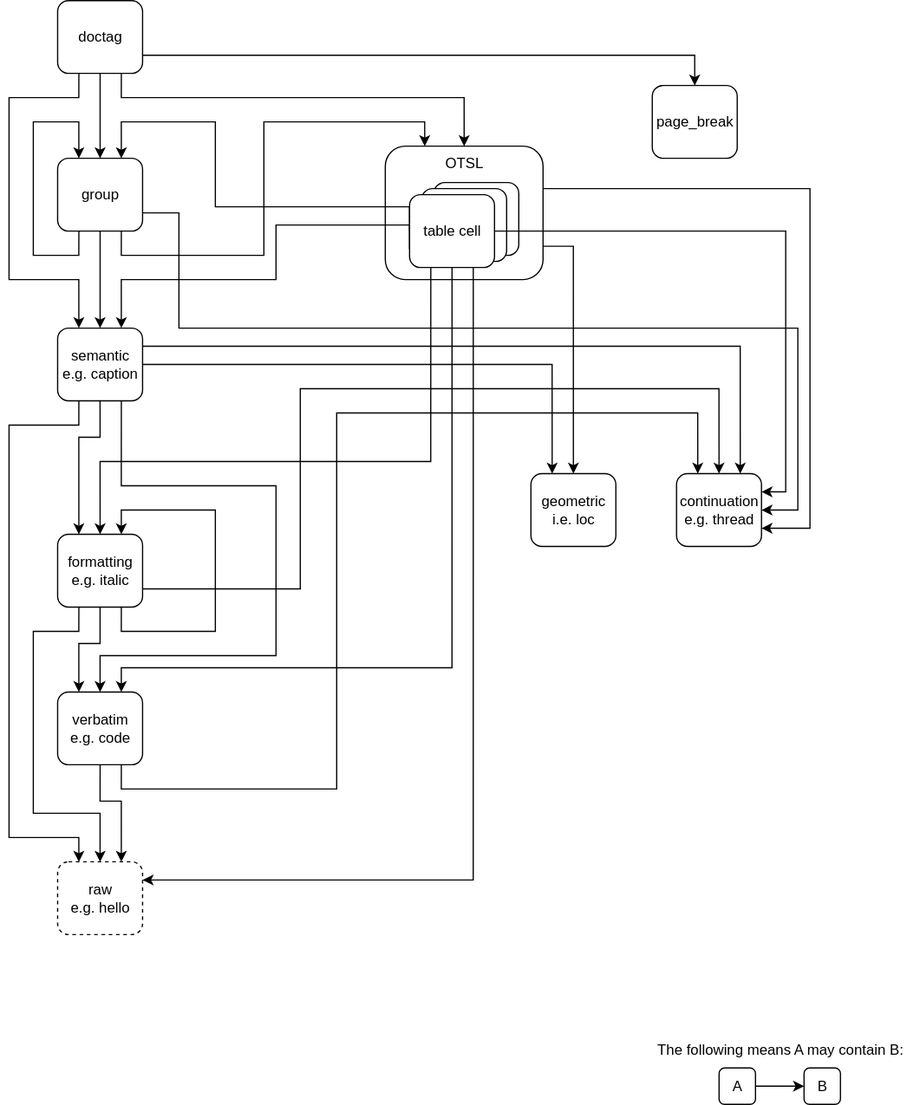
pr9000/doclang keeps this draw.io diagram as resources/doctags.drawio.svg. Above is the earlier version. Source tidied: cells renumbered, new cells last; positions are measured from the earlier drawing's top-left corner, leaving out a move shared by most shapes.
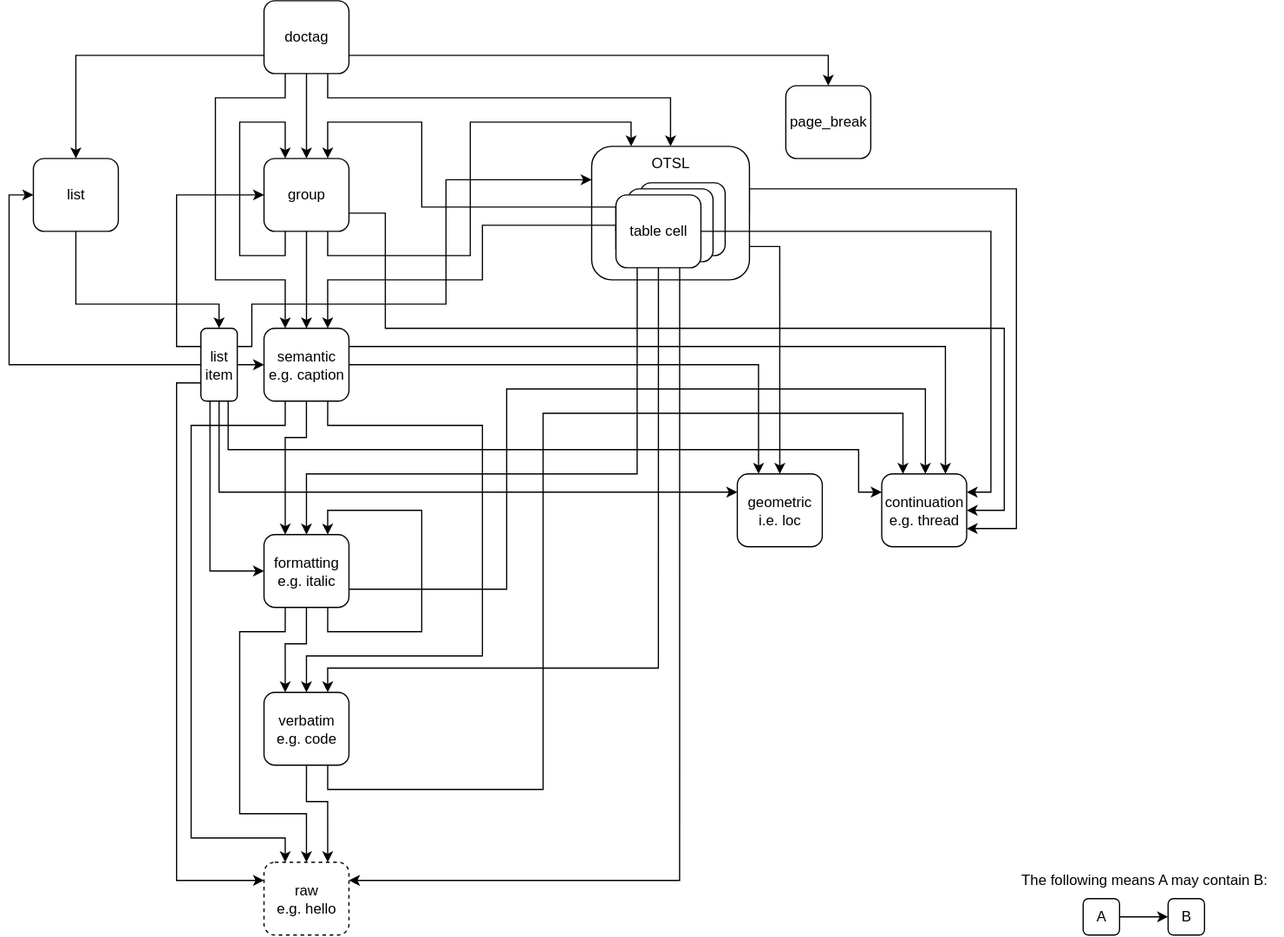
The same diagram one commit later.

Diff of the diagram source:
```diff
@@ -55,18 +55,18 @@
     <mxCell id="11" style="edgeStyle=orthogonalEdgeStyle;rounded=0;jettySize=auto;html=1;entryX=0.25;entryY=0;entryDx=0;entryDy=0;exitX=0.25;exitY=1;exitDx=0;exitDy=0;" parent="1" edge="1" source="16" target="5">
       <mxGeometry relative="1" as="geometry">
         <Array as="points">
-          <mxPoint x="56.9" y="350" />
-          <mxPoint x="-0.1" y="350" />
-          <mxPoint x="-0.1" y="690" />
-          <mxPoint x="56.9" y="690" />
+          <mxPoint x="57.9" y="350" />
+          <mxPoint x="-20.1" y="350" />
+          <mxPoint x="-20.1" y="690" />
+          <mxPoint x="57.9" y="690" />
         </Array>
       </mxGeometry>
     </mxCell>
     <mxCell id="12" style="edgeStyle=orthogonalEdgeStyle;rounded=0;jettySize=auto;html=1;exitX=0.75;exitY=1;exitDx=0;exitDy=0;entryX=0.5;entryY=0;entryDx=0;entryDy=0;" parent="1" edge="1" source="16" target="19">
       <mxGeometry relative="1" as="geometry">
         <Array as="points">
-          <mxPoint x="92.9" y="400" />
-          <mxPoint x="219.9" y="400" />
+          <mxPoint x="92.9" y="350" />
+          <mxPoint x="219.9" y="350" />
           <mxPoint x="219.9" y="540" />
           <mxPoint x="74.9" y="540" />
         </Array>
@@ -167,6 +167,9 @@
     <mxCell id="28" style="edgeStyle=orthogonalEdgeStyle;rounded=0;jettySize=auto;html=1;exitX=1;exitY=0.75;exitDx=0;exitDy=0;entryX=0.5;entryY=0;entryDx=0;entryDy=0;" parent="1" edge="1" source="29" target="41">
       <mxGeometry relative="1" as="geometry" />
     </mxCell>
+    <mxCell id="46" style="edgeStyle=orthogonalEdgeStyle;rounded=0;jettySize=auto;html=1;exitX=0;exitY=0.75;exitDx=0;exitDy=0;entryX=0.5;entryY=0;entryDx=0;entryDy=0;" parent="1" edge="1" source="29" target="48">
+      <mxGeometry relative="1" as="geometry" />
+    </mxCell>
     <mxCell id="29" value="doctag" style="rounded=1;whiteSpace=wrap;html=1;" parent="1" vertex="1">
       <mxGeometry x="39.9" width="70" height="60" as="geometry" />
     </mxCell>
@@ -215,8 +218,8 @@
     <mxCell id="35" style="edgeStyle=orthogonalEdgeStyle;rounded=0;jettySize=auto;html=1;exitX=0.25;exitY=1;exitDx=0;exitDy=0;entryX=0.5;entryY=0;entryDx=0;entryDy=0;" parent="1" edge="1" source="39" target="10">
       <mxGeometry relative="1" as="geometry">
         <Array as="points">
-          <mxPoint x="347.9" y="380" />
-          <mxPoint x="74.9" y="380" />
+          <mxPoint x="347.9" y="390" />
+          <mxPoint x="74.9" y="390" />
         </Array>
       </mxGeometry>
     </mxCell>
@@ -238,22 +241,77 @@
       <mxGeometry x="329.9" y="160" width="70" height="60" as="geometry" />
     </mxCell>
     <mxCell id="40" value="continuation&lt;br&gt;e.g. thread" style="rounded=1;whiteSpace=wrap;html=1;" parent="1" vertex="1">
-      <mxGeometry x="549.9" y="390" width="70" height="60" as="geometry" />
+      <mxGeometry x="548.9" y="390" width="70" height="60" as="geometry" />
     </mxCell>
     <mxCell id="41" value="page_break" style="rounded=1;whiteSpace=wrap;html=1;" parent="1" vertex="1">
-      <mxGeometry x="529.9" y="70" width="70" height="60" as="geometry" />
+      <mxGeometry x="469.9" y="70" width="70" height="60" as="geometry" />
     </mxCell>
     <mxCell id="42" style="edgeStyle=orthogonalEdgeStyle;rounded=0;jettySize=auto;html=1;entryX=0;entryY=0.5;entryDx=0;entryDy=0;" parent="1" edge="1" source="43" target="44">
       <mxGeometry relative="1" as="geometry" />
     </mxCell>
     <mxCell id="43" value="A" style="rounded=1;whiteSpace=wrap;html=1;" parent="1" vertex="1">
-      <mxGeometry x="585" y="880" width="30" height="30" as="geometry" />
+      <mxGeometry x="714.9" y="740" width="30" height="30" as="geometry" />
     </mxCell>
     <mxCell id="44" value="B" style="rounded=1;whiteSpace=wrap;html=1;" parent="1" vertex="1">
-      <mxGeometry x="655" y="880" width="30" height="30" as="geometry" />
+      <mxGeometry x="784.9" y="740" width="30" height="30" as="geometry" />
     </mxCell>
     <mxCell id="45" value="The following means A may contain B:" style="text;html=1;align=center;verticalAlign=middle;strokeColor=none;fillColor=none;" parent="1" vertex="1">
-      <mxGeometry x="520" y="850" width="230" height="30" as="geometry" />
+      <mxGeometry x="649.9" y="710" width="230" height="30" as="geometry" />
     </mxCell>
+    <mxCell id="47" style="edgeStyle=orthogonalEdgeStyle;rounded=0;jettySize=auto;html=1;exitX=0.5;exitY=1;exitDx=0;exitDy=0;entryX=0.5;entryY=0;entryDx=0;entryDy=0;" parent="1" edge="1" source="48" target="57">
+      <mxGeometry relative="1" as="geometry">
+        <Array as="points">
+          <mxPoint x="-115.1" y="250" />
+          <mxPoint x="2.9" y="250" />
+        </Array>
+      </mxGeometry>
+    </mxCell>
+    <mxCell id="48" value="list" style="rounded=1;whiteSpace=wrap;html=1;" parent="1" vertex="1">
+      <mxGeometry x="-150.1" y="130" width="70" height="60" as="geometry" />
+    </mxCell>
+    <mxCell id="49" style="edgeStyle=orthogonalEdgeStyle;rounded=0;jettySize=auto;html=1;exitX=0.5;exitY=1;exitDx=0;exitDy=0;entryX=0;entryY=0.25;entryDx=0;entryDy=0;" parent="1" edge="1" source="57" target="20">
+      <mxGeometry relative="1" as="geometry">
+        <Array as="points">
+          <mxPoint x="2.9" y="405" />
+        </Array>
+      </mxGeometry>
+    </mxCell>
+    <mxCell id="50" style="edgeStyle=orthogonalEdgeStyle;rounded=0;jettySize=auto;html=1;exitX=0.25;exitY=1;exitDx=0;exitDy=0;entryX=0;entryY=0.5;entryDx=0;entryDy=0;" parent="1" edge="1" source="57" target="10">
+      <mxGeometry relative="1" as="geometry" />
+    </mxCell>
+    <mxCell id="51" style="edgeStyle=orthogonalEdgeStyle;rounded=0;jettySize=auto;html=1;exitX=0;exitY=0.75;exitDx=0;exitDy=0;entryX=0;entryY=0.25;entryDx=0;entryDy=0;" parent="1" edge="1" source="57" target="5">
+      <mxGeometry relative="1" as="geometry" />
+    </mxCell>
+    <mxCell id="52" style="edgeStyle=orthogonalEdgeStyle;rounded=0;jettySize=auto;html=1;exitX=0.75;exitY=1;exitDx=0;exitDy=0;entryX=0;entryY=0.25;entryDx=0;entryDy=0;" parent="1" edge="1" source="57" target="40">
+      <mxGeometry relative="1" as="geometry">
+        <Array as="points">
+          <mxPoint x="10.9" y="370" />
+          <mxPoint x="529.9" y="370" />
+          <mxPoint x="529.9" y="405" />
+        </Array>
+      </mxGeometry>
+    </mxCell>
+    <mxCell id="53" style="edgeStyle=orthogonalEdgeStyle;rounded=0;jettySize=auto;html=1;exitX=0;exitY=0.5;exitDx=0;exitDy=0;entryX=0;entryY=0.5;entryDx=0;entryDy=0;" parent="1" edge="1" source="57" target="48">
+      <mxGeometry relative="1" as="geometry" />
+    </mxCell>
+    <mxCell id="54" style="edgeStyle=orthogonalEdgeStyle;rounded=0;jettySize=auto;html=1;exitX=0;exitY=0.25;exitDx=0;exitDy=0;entryX=0;entryY=0.5;entryDx=0;entryDy=0;" parent="1" edge="1" source="57" target="24">
+      <mxGeometry relative="1" as="geometry" />
+    </mxCell>
+    <mxCell id="55" style="edgeStyle=orthogonalEdgeStyle;rounded=0;jettySize=auto;html=1;exitX=1;exitY=0.25;exitDx=0;exitDy=0;entryX=0;entryY=0.25;entryDx=0;entryDy=0;" parent="1" edge="1" source="57" target="3">
+      <mxGeometry relative="1" as="geometry">
+        <Array as="points">
+          <mxPoint x="29.9" y="285" />
+          <mxPoint x="29.9" y="250" />
+          <mxPoint x="189.9" y="250" />
+          <mxPoint x="189.9" y="148" />
+        </Array>
+      </mxGeometry>
+    </mxCell>
+    <mxCell id="56" style="edgeStyle=orthogonalEdgeStyle;rounded=0;jettySize=auto;html=1;" parent="1" edge="1" source="57" target="16">
+      <mxGeometry relative="1" as="geometry" />
+    </mxCell>
+    <mxCell id="57" value="list item" style="rounded=1;whiteSpace=wrap;html=1;" parent="1" vertex="1">
+      <mxGeometry x="-12.1" y="270" width="30" height="60" as="geometry" />
+    </mxCell>
   </root>
 </mxGraphModel>
```
